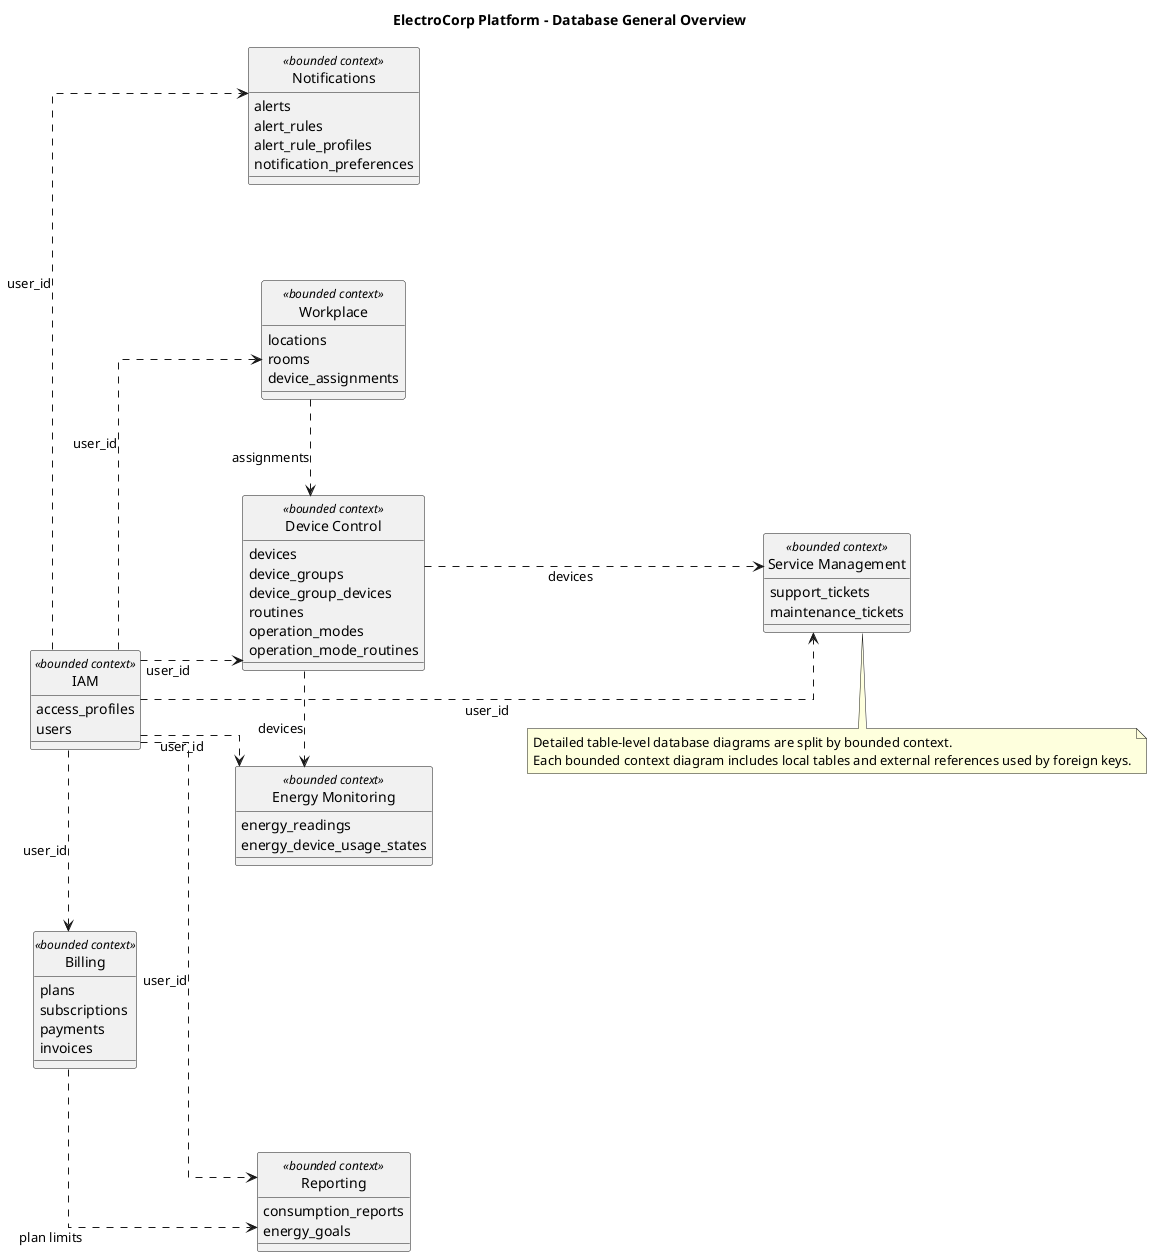
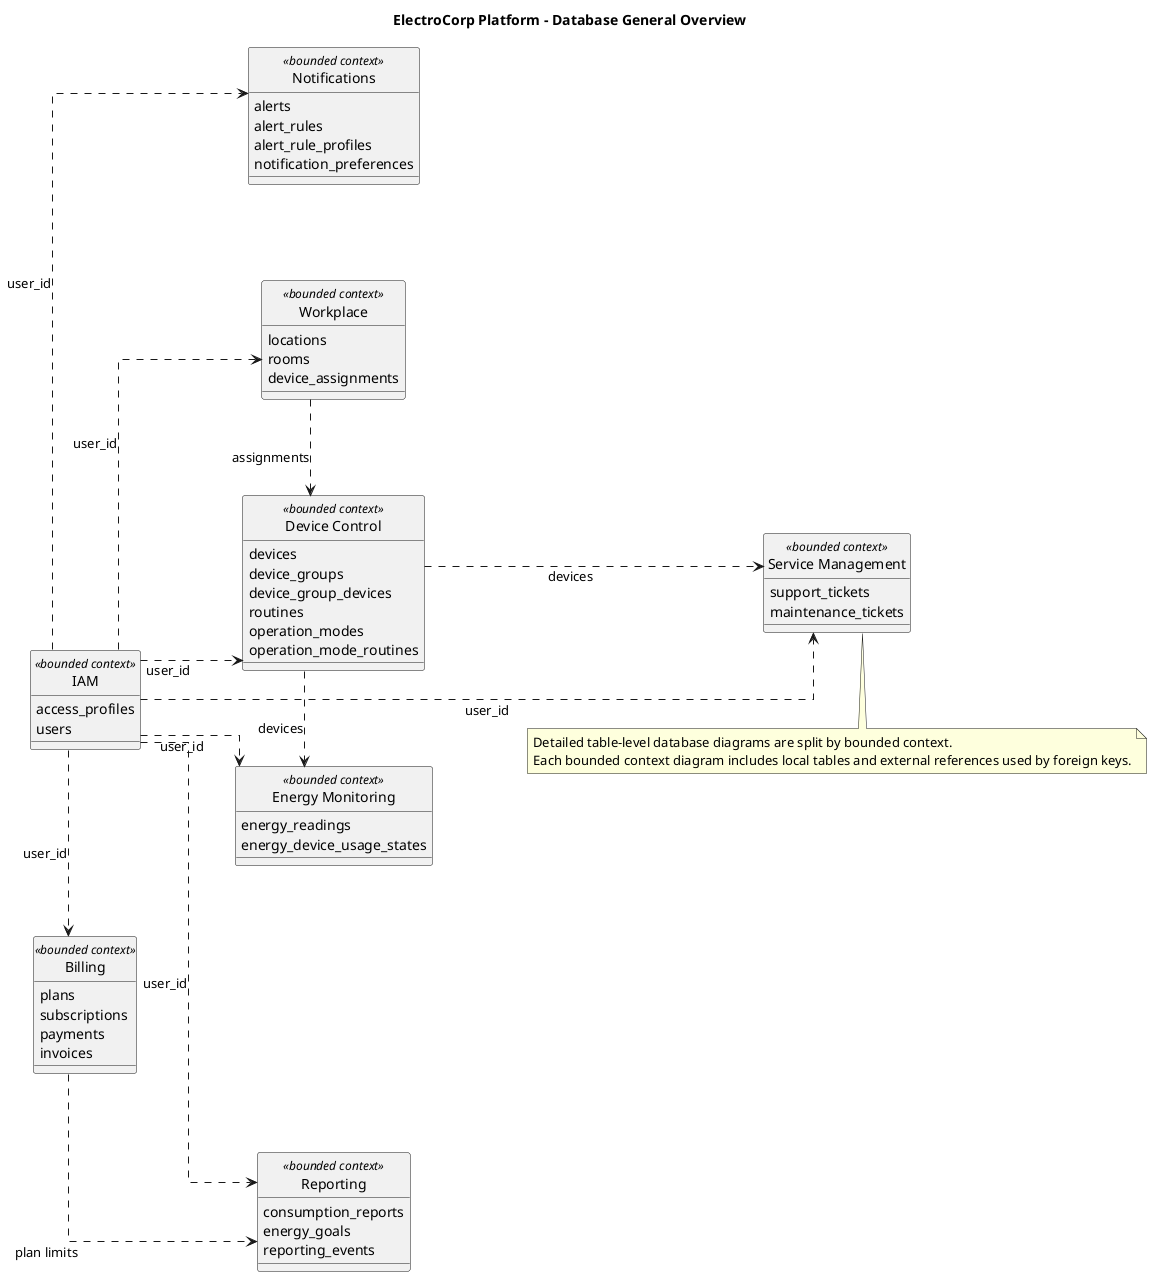
@startuml
title ElectroCorp Platform - Database General Overview
left to right direction
hide circle
skinparam linetype ortho
skinparam shadowing false
skinparam packageStyle rectangle
skinparam nodesep 95
skinparam ranksep 95
skinparam entity {
  BackgroundColor #F8FBFF
  BorderColor #64748B
}

' Bounded contexts are intentionally compact: the header is only the context name,
' and the tables are listed as attributes to keep the overview readable.
entity "IAM" as db_iam <<bounded context>> {
  access_profiles
  users
}

entity "Billing" as db_billing <<bounded context>> {
  plans
  subscriptions
  payments
  invoices
}

entity "Workplace" as db_workplace <<bounded context>> {
  locations
  rooms
  device_assignments
}

entity "Device Control" as db_device_control <<bounded context>> {
  devices
  device_groups
  device_group_devices
  routines
  operation_modes
  operation_mode_routines
}

entity "Energy Monitoring" as db_energy_monitoring <<bounded context>> {
  energy_readings
  energy_device_usage_states
}

entity "Notifications" as db_notifications <<bounded context>> {
  alerts
  alert_rules
  alert_rule_profiles
  notification_preferences
}

entity "Reporting" as db_reporting <<bounded context>> {
  consumption_reports
  energy_goals
+   reporting_events
}

entity "Service Management" as db_service_management <<bounded context>> {
  support_tickets
  maintenance_tickets
}

' Layout guides reduce relation lines crossing through bounded context boxes.
db_iam -[hidden]right- db_billing
db_billing -[hidden]right- db_reporting
db_iam -[hidden]down- db_workplace
db_workplace -[hidden]right- db_device_control
db_device_control -[hidden]right- db_energy_monitoring
db_device_control -[hidden]down- db_service_management
db_notifications -[hidden]down- db_iam

' Cross-context persistence references.
db_iam ..> db_billing : user_id
db_iam ..> db_workplace : user_id
db_iam ..> db_device_control : user_id
db_iam ..> db_energy_monitoring : user_id
db_iam ..> db_notifications : user_id
db_iam ..> db_reporting : user_id
db_iam ..> db_service_management : user_id
db_workplace ..> db_device_control : assignments
db_device_control ..> db_energy_monitoring : devices
db_device_control ..> db_service_management : devices
db_billing ..> db_reporting : plan limits

note bottom
Detailed table-level database diagrams are split by bounded context.
Each bounded context diagram includes local tables and external references used by foreign keys.
end note

@enduml
